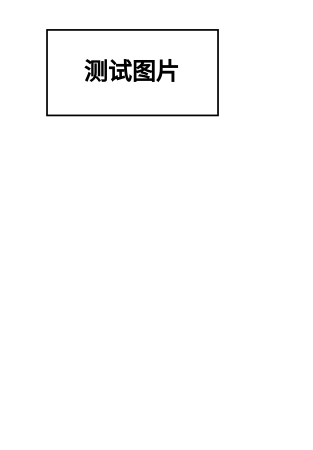
This is 练手.drawio from tom-xz/draw-io-file, a draw.io file, before an edit. Source tidied: cells renumbered, new cells numbered last; positions are measured from the earlier drawing's top-left corner, leaving out a move shared by most shapes. Both pictures are drawn from the tidied source at 171%, with x=0, y=0 at pixel (46, 29).
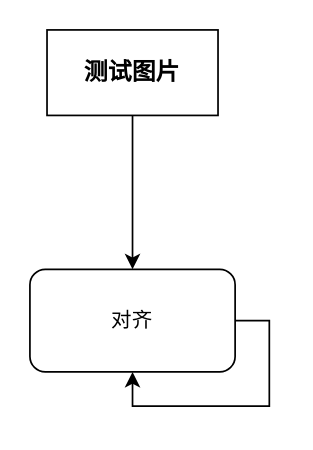
The same page after the edit.

Change to the diagram source:
```diff
@@
 <mxGraphModel>
   <root>
     <mxCell id="0" />
     <mxCell id="1" parent="0" />
+    <mxCell id="3" style="edgeStyle=orthogonalEdgeStyle;rounded=0;jettySize=auto;html=1;exitX=0.5;exitY=0;exitDx=0;exitDy=0;" parent="1" edge="1" source="2" target="4">
+      <mxGeometry relative="1" as="geometry" />
+    </mxCell>
-    <mxCell id="2" value="&lt;div style=&quot;&quot;&gt;&lt;span style=&quot;background-color: initial;&quot;&gt;&lt;b&gt;&lt;font style=&quot;font-size: 14px;&quot;&gt;测试图片&lt;/font&gt;&lt;/b&gt;&lt;/span&gt;&lt;/div&gt;" style="rounded=0;whiteSpace=wrap;html=1;align=center;" parent="1" vertex="1">
+    <mxCell id="2" value="&lt;div style=&quot;&quot;&gt;&lt;span style=&quot;background-color: initial;&quot;&gt;&lt;b&gt;&lt;font style=&quot;font-size: 14px;&quot;&gt;测试图片&lt;/font&gt;&lt;/b&gt;&lt;/span&gt;&lt;/div&gt;" style="rounded=0;whiteSpace=wrap;html=1;align=center;direction=west;" parent="1" vertex="1">
       <mxGeometry width="100" height="50" as="geometry" />
     </mxCell>
+    <mxCell id="4" value="对齐" style="rounded=1;whiteSpace=wrap;html=1;direction=west;" parent="1" vertex="1">
+      <mxGeometry x="-10" y="140" width="120" height="60" as="geometry" />
+    </mxCell>
+    <mxCell id="5" style="edgeStyle=orthogonalEdgeStyle;rounded=0;orthogonalLoop=1;jettySize=auto;html=1;exitX=0;exitY=0.5;exitDx=0;exitDy=0;entryX=0.5;entryY=0;entryDx=0;entryDy=0;" parent="1" edge="1" source="4" target="4">
+      <mxGeometry relative="1" as="geometry" />
+    </mxCell>
   </root>
 </mxGraphModel>
```
